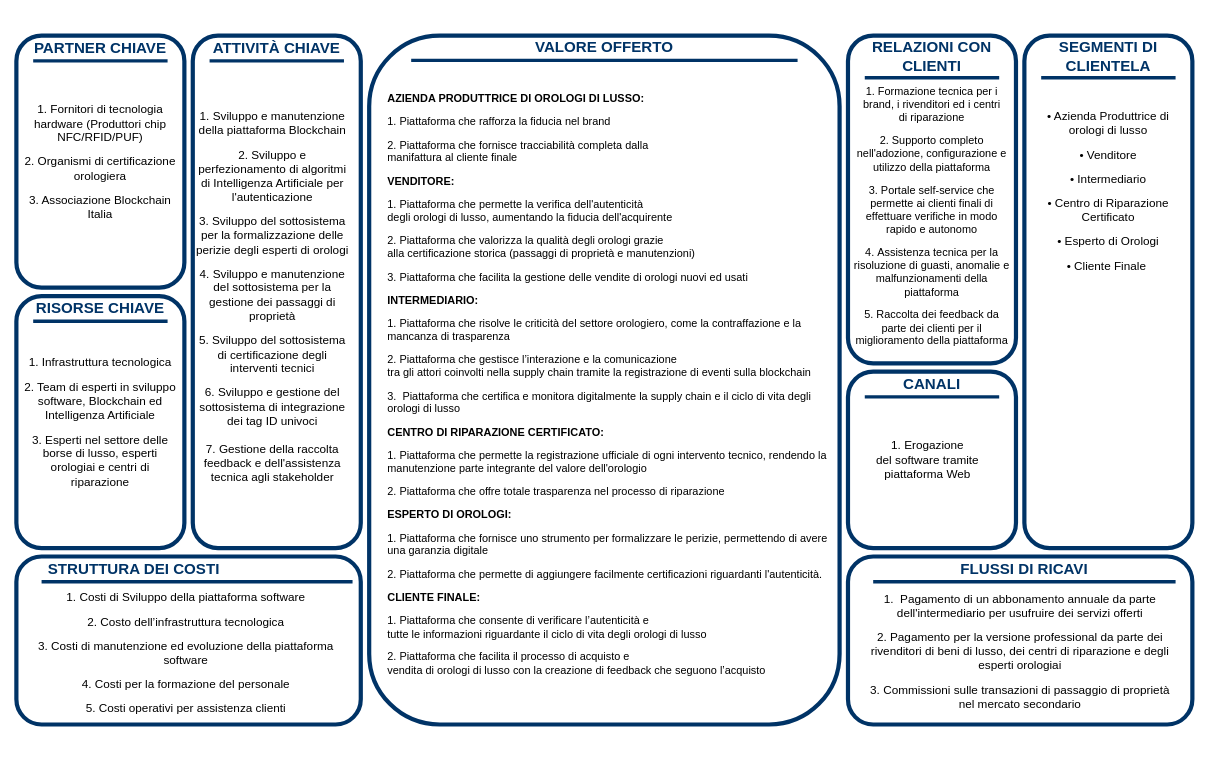
Before: Diagrammi/Capitolo3/CANVAS.drawio in Vittorio92/ProgettoSistemiInformativi, a draw.io diagram. Source tidied: cells renumbered, new cells numbered last; positions are measured from the earlier drawing's top-left corner, leaving out a move shared by most shapes. Both pictures are drawn from the tidied source at 84%, with x=0, y=0 at pixel (16, 14).
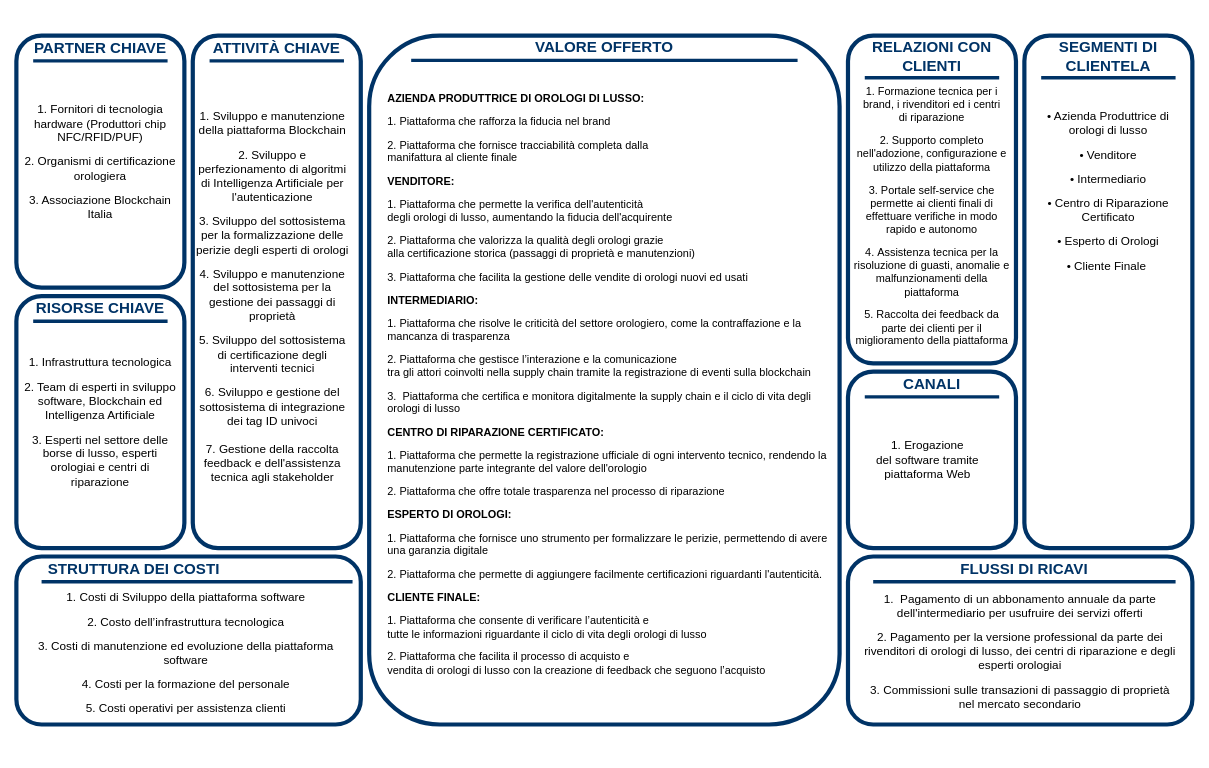
Above is the later version.

Diff of the diagram source:
```diff
@@
-    <mxCell id="34" value="&lt;p class=&quot;MsoNormal&quot;&gt;&lt;font style=&quot;font-size: 14px; color: rgb(0, 0, 0);&quot;&gt;1.&amp;nbsp;&amp;nbsp;Pagamento di un abbonamento annuale da parte dell'intermediario per usufruire dei servizi offerti&lt;/font&gt;&lt;/p&gt;&lt;p class=&quot;MsoNormal&quot;&gt;&lt;font style=&quot;font-size: 14px; color: rgb(0, 0, 0);&quot;&gt;2.&amp;nbsp;Pagamento per la versione professional da parte dei rivenditori di beni di lusso, dei centri di riparazione e degli esperti orologiai&lt;/font&gt;&lt;/p&gt;&lt;p class=&quot;MsoNormal&quot;&gt;&lt;font style=&quot;font-size: 14px; color: rgb(0, 0, 0);&quot;&gt;3. Commissioni sulle transazioni di passaggio di proprietà&lt;br&gt;nel mercato secondario&lt;/font&gt;&lt;/p&gt;" style="text;html=1;whiteSpace=wrap;strokeColor=none;fillColor=none;align=center;verticalAlign=middle;rounded=0;" parent="1" vertex="1">
+    <mxCell id="34" value="&lt;p class=&quot;MsoNormal&quot;&gt;&lt;font style=&quot;font-size: 14px; color: rgb(0, 0, 0);&quot;&gt;1.&amp;nbsp;&amp;nbsp;Pagamento di un abbonamento annuale da parte dell'intermediario per usufruire dei servizi offerti&lt;/font&gt;&lt;/p&gt;&lt;p class=&quot;MsoNormal&quot;&gt;&lt;font style=&quot;font-size: 14px; color: rgb(0, 0, 0);&quot;&gt;2.&amp;nbsp;Pagamento per la versione professional da parte dei rivenditori di orologi di lusso, dei centri di riparazione e degli esperti orologiai&lt;/font&gt;&lt;/p&gt;&lt;p class=&quot;MsoNormal&quot;&gt;&lt;font style=&quot;font-size: 14px; color: rgb(0, 0, 0);&quot;&gt;3. Commissioni sulle transazioni di passaggio di proprietà&lt;br&gt;nel mercato secondario&lt;/font&gt;&lt;/p&gt;" style="text;html=1;whiteSpace=wrap;strokeColor=none;fillColor=none;align=center;verticalAlign=middle;rounded=0;" parent="1" vertex="1">
       <mxGeometry x="995" y="653" width="400" height="210" as="geometry" />
     </mxCell>
```
